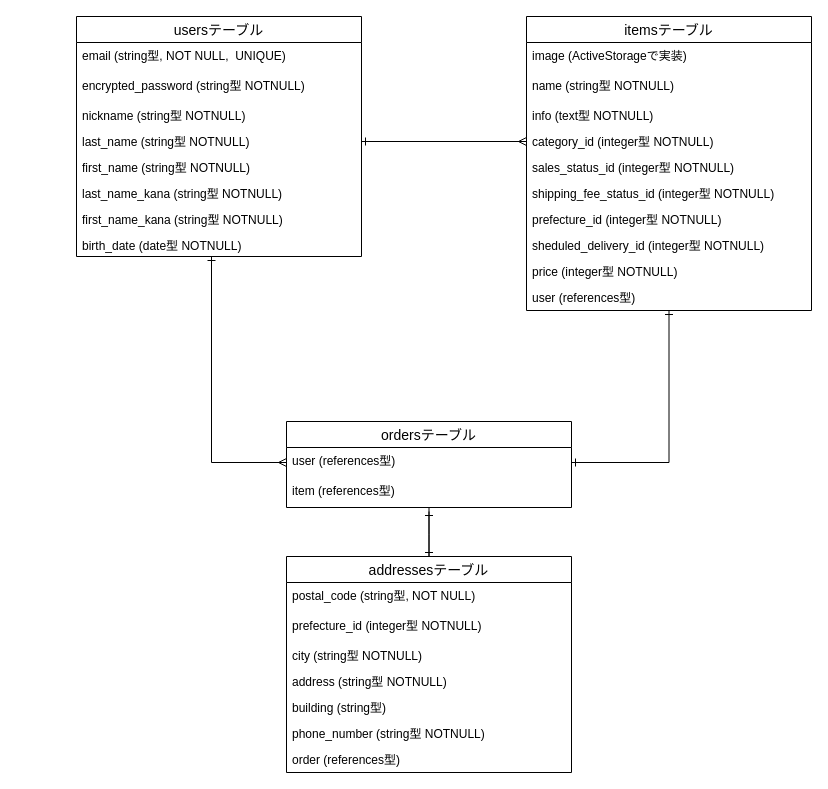
Before: test.dio in deguchi0527/furima-35228, a draw.io diagram. Source tidied: cells renumbered, new cells numbered last; positions are measured from the earlier drawing's top-left corner, leaving out a move shared by most shapes. Both pictures are drawn from the tidied source at 100%, with x=0, y=0 at pixel (76, 16).
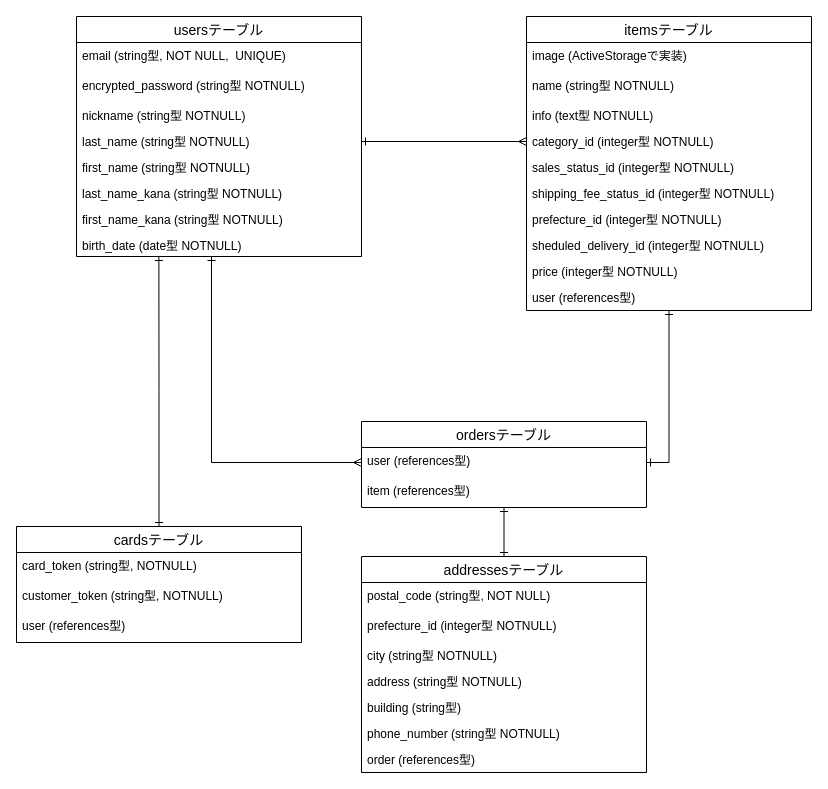
The same page after the edit.

Unchanged cells that the change refers to:
```xml
<mxCell id="23" value="birth_date (date型 NOTNULL)" style="text;strokeColor=none;fillColor=none;spacingLeft=4;spacingRight=4;overflow=hidden;points=[[0,0.5],[1,0.5]];portConstraint=eastwest;fontSize=12;" parent="15" vertex="1">
  <mxGeometry y="216" width="285" height="24" as="geometry" />
</mxCell>
```

Change to the diagram source:
```diff
@@
-    <mxCell id="24" style="edgeStyle=orthogonalEdgeStyle;rounded=0;jettySize=auto;html=1;entryX=0.5;entryY=0;entryDx=0;entryDy=0;endArrow=ERone;endFill=0;" parent="1" edge="1" source="25" target="29">
+    <mxCell id="24" style="edgeStyle=orthogonalEdgeStyle;rounded=0;jettySize=auto;html=1;entryX=0.5;entryY=0;entryDx=0;entryDy=0;endArrow=ERone;endFill=0;startArrow=ERone;startFill=0;" parent="1" edge="1" source="25" target="29">
       <mxGeometry relative="1" as="geometry" />
     </mxCell>
     <mxCell id="25" value="ordersテーブル" style="swimlane;fontStyle=0;horizontal=1;startSize=26;align=center;fontSize=14;" parent="1" vertex="1">
-      <mxGeometry x="210" y="405" width="285" height="86" as="geometry" />
+      <mxGeometry x="285" y="405" width="285" height="86" as="geometry" />
     </mxCell>
@@
-    <mxCell id="28" style="edgeStyle=orthogonalEdgeStyle;rounded=0;jettySize=auto;html=1;endArrow=ERone;endFill=0;" parent="1" edge="1" source="29">
-      <mxGeometry relative="1" as="geometry">
-        <mxPoint x="352.5" y="495" as="targetPoint" />
-      </mxGeometry>
-    </mxCell>
     <mxCell id="29" value="addressesテーブル" style="swimlane;fontStyle=0;horizontal=1;startSize=26;align=center;fontSize=14;" parent="1" vertex="1">
-      <mxGeometry x="210" y="540" width="285" height="216" as="geometry" />
+      <mxGeometry x="285" y="540" width="285" height="216" as="geometry" />
     </mxCell>
@@
+    <mxCell id="38" style="edgeStyle=orthogonalEdgeStyle;rounded=0;jettySize=auto;html=1;entryX=0.289;entryY=1;entryDx=0;entryDy=0;entryPerimeter=0;startArrow=ERone;startFill=0;endArrow=ERone;endFill=0;" parent="1" edge="1" source="39" target="23">
+      <mxGeometry relative="1" as="geometry" />
+    </mxCell>
+    <mxCell id="39" value="cardsテーブル" style="swimlane;fontStyle=0;horizontal=1;startSize=26;align=center;fontSize=14;" parent="1" vertex="1">
+      <mxGeometry x="-60" y="510" width="285" height="116" as="geometry" />
+    </mxCell>
+    <mxCell id="40" value="card_token (string型, NOTNULL)" style="text;strokeColor=none;fillColor=none;spacingLeft=4;spacingRight=4;overflow=hidden;fontSize=12;" parent="39" vertex="1">
+      <mxGeometry y="26" width="285" height="30" as="geometry" />
+    </mxCell>
+    <mxCell id="41" value="customer_token (string型, NOTNULL)" style="text;strokeColor=none;fillColor=none;spacingLeft=4;spacingRight=4;overflow=hidden;fontSize=12;" parent="39" vertex="1">
+      <mxGeometry y="56" width="285" height="30" as="geometry" />
+    </mxCell>
+    <mxCell id="42" value="user (references型)" style="text;strokeColor=none;fillColor=none;spacingLeft=4;spacingRight=4;overflow=hidden;fontSize=12;" parent="39" vertex="1">
+      <mxGeometry y="86" width="285" height="30" as="geometry" />
+    </mxCell>
```
